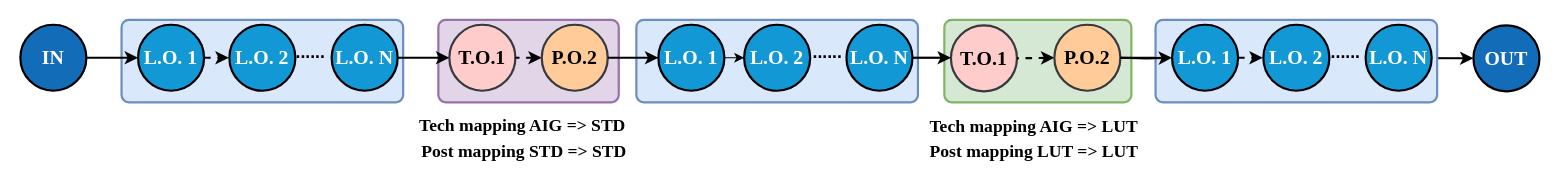
Earlier version of the draw.io diagram asicmodeling.drawio (kxzhu0505/LogicSynOpt). Source tidied: cells renumbered, new cells numbered last; positions are measured from the earlier drawing's top-left corner, leaving out a move shared by most shapes. Both pictures are drawn from the tidied source at 110%, with x=0, y=0 at pixel (20, 19).
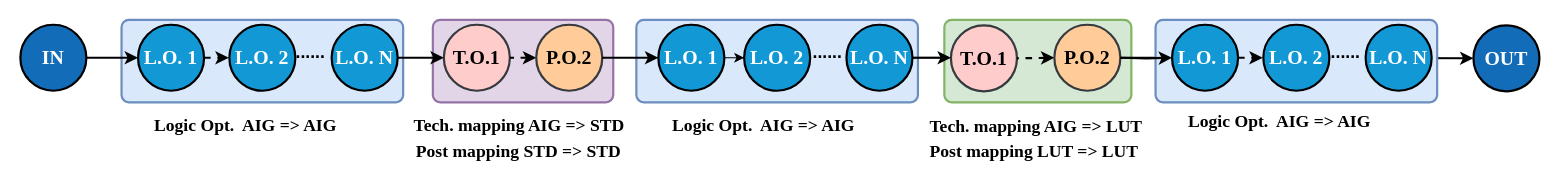
The same page after the edit.

The edit, as a diff of the source:
```diff
@@
     <mxCell id="2" style="rounded=1;whiteSpace=wrap;html=1;arcSize=9;fillColor=#e1d5e7;strokeColor=#9673a6;strokeWidth=2;" parent="1" vertex="1">
-      <mxGeometry x="380" y="0.5" width="164" height="75" as="geometry" />
+      <mxGeometry x="375" y="0.5" width="164" height="75" as="geometry" />
     </mxCell>
@@
     <mxCell id="12" value="&lt;font face=&quot;Times New Roman&quot; style=&quot;font-size: 18px;&quot;&gt;&lt;b&gt;T.O.1&lt;/b&gt;&lt;/font&gt;" style="ellipse;whiteSpace=wrap;html=1;strokeWidth=2;fillColor=#ffcccc;strokeColor=#36393d;" parent="1" vertex="1">
-      <mxGeometry x="390" y="5" width="60" height="60" as="geometry" />
+      <mxGeometry x="385" y="5" width="60" height="60" as="geometry" />
     </mxCell>
@@
     <mxCell id="14" value="&lt;b style=&quot;font-family: &amp;quot;Times New Roman&amp;quot;; font-size: 18px;&quot;&gt;P.O.2&lt;/b&gt;" style="ellipse;whiteSpace=wrap;html=1;strokeWidth=2;fillColor=#ffcc99;strokeColor=#36393d;" parent="1" vertex="1">
-      <mxGeometry x="474" y="5" width="60" height="60" as="geometry" />
+      <mxGeometry x="469" y="5" width="60" height="60" as="geometry" />
     </mxCell>
-    <mxCell id="15" value="&lt;p style=&quot;language:zh-CN;margin-top:0pt;margin-bottom:0pt;margin-left:0in;&lt;br/&gt;text-align:center;direction:ltr;unicode-bidi:embed;mso-line-break-override:&lt;br/&gt;none;word-break:normal;punctuation-wrap:hanging&quot;&gt;&lt;span style=&quot;font-size:12.0pt;&lt;br/&gt;font-family:&amp;quot;Times New Roman&amp;quot;;mso-ascii-font-family:&amp;quot;Times New Roman&amp;quot;;&lt;br/&gt;mso-fareast-font-family:等线;mso-bidi-font-family:&amp;quot;Times New Roman&amp;quot;;mso-fareast-theme-font:&lt;br/&gt;minor-fareast;color:black;mso-color-index:1;mso-font-kerning:12.0pt;language:&lt;br/&gt;en-US;font-weight:bold;mso-style-textfill-type:solid;mso-style-textfill-fill-themecolor:&lt;br/&gt;text1;mso-style-textfill-fill-color:black;mso-style-textfill-fill-alpha:100.0%&quot;&gt;&lt;font face=&quot;Times New Roman&quot;&gt;Tech mapping AIG =&amp;gt; LUT&lt;/font&gt;&lt;/span&gt;&lt;/p&gt;" style="text;whiteSpace=wrap;html=1;" parent="1" vertex="1">
+    <mxCell id="15" value="&lt;p style=&quot;language:zh-CN;margin-top:0pt;margin-bottom:0pt;margin-left:0in;&lt;br/&gt;text-align:center;direction:ltr;unicode-bidi:embed;mso-line-break-override:&lt;br/&gt;none;word-break:normal;punctuation-wrap:hanging&quot;&gt;&lt;span style=&quot;font-size: 12pt; color: black; font-weight: bold;&quot;&gt;&lt;font face=&quot;Times New Roman&quot;&gt;Tech. mapping AIG =&amp;gt; LUT&lt;/font&gt;&lt;/span&gt;&lt;/p&gt;" style="text;whiteSpace=wrap;html=1;" parent="1" vertex="1">
       <mxGeometry x="825" y="81" width="200" height="30" as="geometry" />
     </mxCell>
@@
-    <mxCell id="17" value="&lt;p style=&quot;language:zh-CN;margin-top:0pt;margin-bottom:0pt;margin-left:0in;&lt;br/&gt;text-align:center;direction:ltr;unicode-bidi:embed;mso-line-break-override:&lt;br/&gt;none;word-break:normal;punctuation-wrap:hanging&quot;&gt;&lt;span style=&quot;font-size:12.0pt;&lt;br/&gt;font-family:&amp;quot;Times New Roman&amp;quot;;mso-ascii-font-family:&amp;quot;Times New Roman&amp;quot;;&lt;br/&gt;mso-fareast-font-family:等线;mso-bidi-font-family:&amp;quot;Times New Roman&amp;quot;;mso-fareast-theme-font:&lt;br/&gt;minor-fareast;color:black;mso-color-index:1;mso-font-kerning:12.0pt;language:&lt;br/&gt;en-US;font-weight:bold;mso-style-textfill-type:solid;mso-style-textfill-fill-themecolor:&lt;br/&gt;text1;mso-style-textfill-fill-color:black;mso-style-textfill-fill-alpha:100.0%&quot;&gt;&lt;font face=&quot;Times New Roman&quot;&gt;Tech mapping AIG =&amp;gt; STD&lt;/font&gt;&lt;/span&gt;&lt;/p&gt;" style="text;whiteSpace=wrap;html=1;" parent="1" vertex="1">
-      <mxGeometry x="361" y="80" width="200" height="30" as="geometry" />
+    <mxCell id="17" value="&lt;p style=&quot;language:zh-CN;margin-top:0pt;margin-bottom:0pt;margin-left:0in;&lt;br/&gt;text-align:center;direction:ltr;unicode-bidi:embed;mso-line-break-override:&lt;br/&gt;none;word-break:normal;punctuation-wrap:hanging&quot;&gt;&lt;span style=&quot;font-size: 12pt; color: black; font-weight: bold;&quot;&gt;&lt;font face=&quot;Times New Roman&quot;&gt;Tech. mapping AIG =&amp;gt; STD&lt;/font&gt;&lt;/span&gt;&lt;/p&gt;" style="text;whiteSpace=wrap;html=1;" parent="1" vertex="1">
+      <mxGeometry x="356" y="80" width="200" height="30" as="geometry" />
     </mxCell>
     <mxCell id="18" value="&lt;p style=&quot;language:zh-CN;margin-top:0pt;margin-bottom:0pt;margin-left:0in;&lt;br/&gt;text-align:center;direction:ltr;unicode-bidi:embed;mso-line-break-override:&lt;br/&gt;none;word-break:normal;punctuation-wrap:hanging&quot;&gt;&lt;span style=&quot;font-size:12.0pt;&lt;br/&gt;font-family:&amp;quot;Times New Roman&amp;quot;;mso-ascii-font-family:&amp;quot;Times New Roman&amp;quot;;&lt;br/&gt;mso-fareast-font-family:等线;mso-bidi-font-family:&amp;quot;Times New Roman&amp;quot;;mso-fareast-theme-font:&lt;br/&gt;minor-fareast;color:black;mso-color-index:1;mso-font-kerning:12.0pt;language:&lt;br/&gt;en-US;font-weight:bold;mso-style-textfill-type:solid;mso-style-textfill-fill-themecolor:&lt;br/&gt;text1;mso-style-textfill-fill-color:black;mso-style-textfill-fill-alpha:100.0%&quot;&gt;&lt;font face=&quot;Times New Roman&quot;&gt;Post mapping STD =&amp;gt; STD&lt;/font&gt;&lt;/span&gt;&lt;/p&gt;" style="text;whiteSpace=wrap;html=1;" parent="1" vertex="1">
-      <mxGeometry x="363" y="104" width="200" height="30" as="geometry" />
+      <mxGeometry x="358" y="104" width="200" height="30" as="geometry" />
     </mxCell>
@@
+    <mxCell id="40" value="&lt;p style=&quot;language:zh-CN;margin-top:0pt;margin-bottom:0pt;margin-left:0in;&lt;br/&gt;text-align:center;direction:ltr;unicode-bidi:embed;mso-line-break-override:&lt;br/&gt;none;word-break:normal;punctuation-wrap:hanging&quot;&gt;&lt;span style=&quot;font-size: 12pt; color: black; font-weight: bold;&quot;&gt;&lt;font face=&quot;Times New Roman&quot;&gt;Logic Opt.&amp;nbsp; AIG =&amp;gt; AIG&lt;/font&gt;&lt;/span&gt;&lt;/p&gt;" style="text;whiteSpace=wrap;html=1;" parent="1" vertex="1">
+      <mxGeometry x="120" y="80" width="200" height="30" as="geometry" />
+    </mxCell>
+    <mxCell id="41" value="&lt;p style=&quot;language:zh-CN;margin-top:0pt;margin-bottom:0pt;margin-left:0in;&lt;br/&gt;text-align:center;direction:ltr;unicode-bidi:embed;mso-line-break-override:&lt;br/&gt;none;word-break:normal;punctuation-wrap:hanging&quot;&gt;&lt;span style=&quot;font-size: 12pt; color: black; font-weight: bold;&quot;&gt;&lt;font face=&quot;Times New Roman&quot;&gt;Logic Opt.&amp;nbsp; AIG =&amp;gt; AIG&lt;/font&gt;&lt;/span&gt;&lt;/p&gt;" style="text;whiteSpace=wrap;html=1;" parent="1" vertex="1">
+      <mxGeometry x="591" y="80" width="200" height="30" as="geometry" />
+    </mxCell>
+    <mxCell id="42" value="&lt;p style=&quot;language:zh-CN;margin-top:0pt;margin-bottom:0pt;margin-left:0in;&lt;br/&gt;text-align:center;direction:ltr;unicode-bidi:embed;mso-line-break-override:&lt;br/&gt;none;word-break:normal;punctuation-wrap:hanging&quot;&gt;&lt;span style=&quot;font-size: 12pt; color: black; font-weight: bold;&quot;&gt;&lt;font face=&quot;Times New Roman&quot;&gt;Logic Opt.&amp;nbsp; AIG =&amp;gt; AIG&lt;/font&gt;&lt;/span&gt;&lt;/p&gt;" style="text;whiteSpace=wrap;html=1;" parent="1" vertex="1">
+      <mxGeometry x="1060" y="75.5" width="200" height="30" as="geometry" />
+    </mxCell>
```
